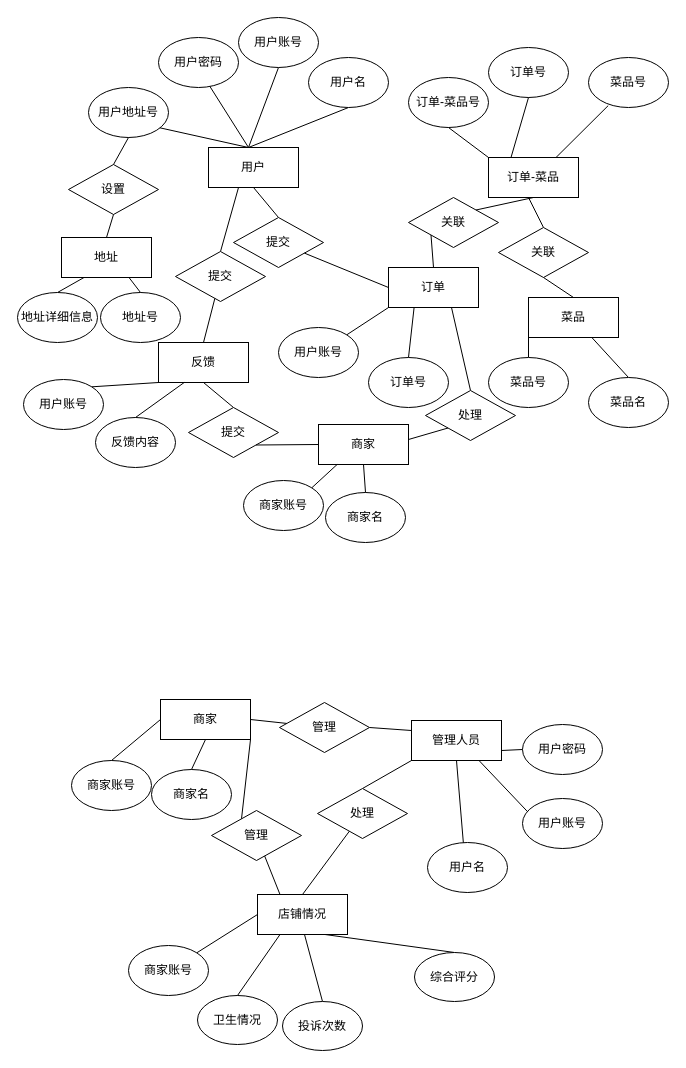
Hanghang-614/AESencryption keeps this draw.io diagram as Untitled Diagram.drawio. Above is the earlier version. Source tidied: cells renumbered, new cells numbered last; positions are measured from the earlier drawing's top-left corner, leaving out a move shared by most shapes. Both pictures are drawn from the tidied source at 100%, with x=0, y=0 at pixel (17, 17).
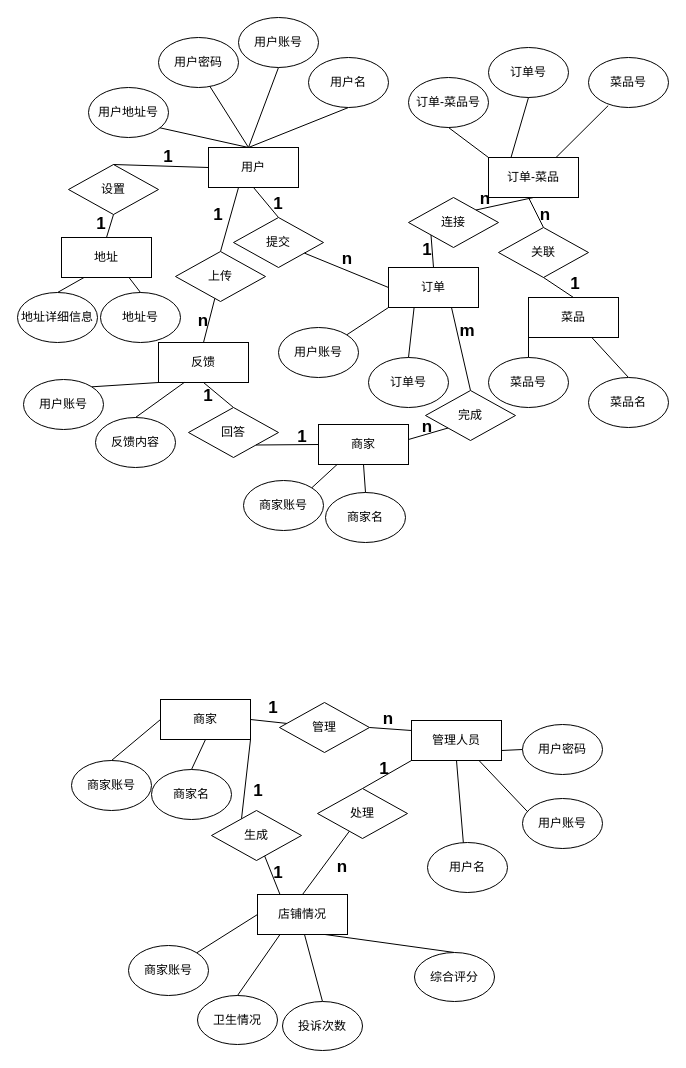
The same diagram, later.

Unchanged cells that the change refers to:
```xml
<mxCell id="2" value="用户" style="rounded=0;whiteSpace=wrap;html=1;" parent="1" vertex="1">
  <mxGeometry x="191" y="130" width="90" height="40" as="geometry" />
</mxCell>
<mxCell id="11" value="设置" style="rhombus;whiteSpace=wrap;html=1;" parent="1" vertex="1">
  <mxGeometry x="51" y="147" width="90" height="50" as="geometry" />
</mxCell>
```

Change to the diagram source:
```diff
@@
-    <mxCell id="12" style="endArrow=none;html=1;rounded=0;exitX=0.5;exitY=0;exitDx=0;exitDy=0;" parent="1" edge="1" source="11">
-      <mxGeometry relative="1" as="geometry">
-        <mxPoint x="111" y="120" as="targetPoint" />
-      </mxGeometry>
+    <mxCell id="12" style="endArrow=none;html=1;rounded=0;exitX=0.5;exitY=0;exitDx=0;exitDy=0;entryX=0;entryY=0.5;entryDx=0;entryDy=0;" parent="1" edge="1" source="11" target="2">
+      <mxGeometry relative="1" as="geometry" />
     </mxCell>
@@
-    <mxCell id="34" value="关联" style="rhombus;whiteSpace=wrap;html=1;" parent="1" vertex="1">
+    <mxCell id="34" value="连接" style="rhombus;whiteSpace=wrap;html=1;" parent="1" vertex="1">
       <mxGeometry x="391" y="180" width="90" height="50" as="geometry" />
     </mxCell>
@@
-    <mxCell id="48" value="提交" style="rhombus;whiteSpace=wrap;html=1;" parent="1" vertex="1">
+    <mxCell id="48" value="上传" style="rhombus;whiteSpace=wrap;html=1;" parent="1" vertex="1">
       <mxGeometry x="158" y="234" width="90" height="50" as="geometry" />
     </mxCell>
@@
-    <mxCell id="50" value="处理" style="rhombus;whiteSpace=wrap;html=1;" parent="1" vertex="1">
+    <mxCell id="50" value="完成" style="rhombus;whiteSpace=wrap;html=1;" parent="1" vertex="1">
       <mxGeometry x="408" y="373" width="90" height="50" as="geometry" />
     </mxCell>
@@
-    <mxCell id="58" value="提交" style="rhombus;whiteSpace=wrap;html=1;" parent="1" vertex="1">
+    <mxCell id="58" value="回答" style="rhombus;whiteSpace=wrap;html=1;" parent="1" vertex="1">
       <mxGeometry x="171" y="390" width="90" height="50" as="geometry" />
     </mxCell>
@@
-    <mxCell id="88" value="管理" style="rhombus;whiteSpace=wrap;html=1;" parent="1" vertex="1">
+    <mxCell id="88" value="生成" style="rhombus;whiteSpace=wrap;html=1;" parent="1" vertex="1">
       <mxGeometry x="194" y="793" width="90" height="50" as="geometry" />
     </mxCell>
@@
+    <mxCell id="94" value="&lt;b&gt;&lt;font style=&quot;font-size: 17px;&quot;&gt;1&lt;/font&gt;&lt;/b&gt;" style="text;html=1;strokeColor=none;fillColor=none;align=center;verticalAlign=middle;whiteSpace=wrap;rounded=0;" parent="1" vertex="1">
+      <mxGeometry x="171" y="183" width="60" height="30" as="geometry" />
+    </mxCell>
+    <mxCell id="95" value="&lt;b&gt;&lt;font style=&quot;font-size: 17px;&quot;&gt;n&lt;/font&gt;&lt;/b&gt;" style="text;html=1;strokeColor=none;fillColor=none;align=center;verticalAlign=middle;whiteSpace=wrap;rounded=0;" parent="1" vertex="1">
+      <mxGeometry x="156" y="284" width="60" height="40" as="geometry" />
+    </mxCell>
+    <mxCell id="96" value="&lt;b&gt;&lt;font style=&quot;font-size: 17px;&quot;&gt;1&lt;/font&gt;&lt;/b&gt;" style="text;html=1;strokeColor=none;fillColor=none;align=center;verticalAlign=middle;whiteSpace=wrap;rounded=0;" parent="1" vertex="1">
+      <mxGeometry x="121" y="125" width="60" height="30" as="geometry" />
+    </mxCell>
+    <mxCell id="97" value="&lt;b&gt;&lt;font style=&quot;font-size: 17px;&quot;&gt;1&lt;/font&gt;&lt;/b&gt;" style="text;html=1;strokeColor=none;fillColor=none;align=center;verticalAlign=middle;whiteSpace=wrap;rounded=0;" parent="1" vertex="1">
+      <mxGeometry x="54" y="189" width="60" height="36" as="geometry" />
+    </mxCell>
+    <mxCell id="98" value="&lt;b&gt;&lt;font style=&quot;font-size: 17px;&quot;&gt;1&lt;/font&gt;&lt;/b&gt;" style="text;html=1;strokeColor=none;fillColor=none;align=center;verticalAlign=middle;whiteSpace=wrap;rounded=0;" parent="1" vertex="1">
+      <mxGeometry x="255" y="400" width="60" height="40" as="geometry" />
+    </mxCell>
+    <mxCell id="99" value="&lt;b&gt;&lt;font style=&quot;font-size: 17px;&quot;&gt;1&lt;/font&gt;&lt;/b&gt;" style="text;html=1;strokeColor=none;fillColor=none;align=center;verticalAlign=middle;whiteSpace=wrap;rounded=0;" parent="1" vertex="1">
+      <mxGeometry x="161" y="362" width="60" height="33" as="geometry" />
+    </mxCell>
+    <mxCell id="100" value="&lt;span style=&quot;font-size: 17px;&quot;&gt;&lt;b&gt;n&lt;/b&gt;&lt;/span&gt;" style="text;html=1;strokeColor=none;fillColor=none;align=center;verticalAlign=middle;whiteSpace=wrap;rounded=0;" parent="1" vertex="1">
+      <mxGeometry x="380" y="390" width="60" height="40" as="geometry" />
+    </mxCell>
+    <mxCell id="101" value="&lt;b&gt;&lt;font style=&quot;font-size: 17px;&quot;&gt;m&lt;/font&gt;&lt;/b&gt;" style="text;html=1;strokeColor=none;fillColor=none;align=center;verticalAlign=middle;whiteSpace=wrap;rounded=0;" parent="1" vertex="1">
+      <mxGeometry x="420" y="294" width="60" height="40" as="geometry" />
+    </mxCell>
+    <mxCell id="102" value="&lt;b&gt;&lt;font style=&quot;font-size: 17px;&quot;&gt;1&lt;/font&gt;&lt;/b&gt;" style="text;html=1;strokeColor=none;fillColor=none;align=center;verticalAlign=middle;whiteSpace=wrap;rounded=0;" parent="1" vertex="1">
+      <mxGeometry x="380" y="213" width="60" height="40" as="geometry" />
+    </mxCell>
+    <mxCell id="103" value="&lt;span style=&quot;font-size: 17px;&quot;&gt;&lt;b&gt;n&lt;/b&gt;&lt;/span&gt;" style="text;html=1;strokeColor=none;fillColor=none;align=center;verticalAlign=middle;whiteSpace=wrap;rounded=0;" parent="1" vertex="1">
+      <mxGeometry x="438" y="162" width="60" height="40" as="geometry" />
+    </mxCell>
+    <mxCell id="104" value="&lt;span style=&quot;font-size: 17px;&quot;&gt;&lt;b&gt;n&lt;/b&gt;&lt;/span&gt;" style="text;html=1;strokeColor=none;fillColor=none;align=center;verticalAlign=middle;whiteSpace=wrap;rounded=0;" parent="1" vertex="1">
+      <mxGeometry x="498" y="178" width="60" height="40" as="geometry" />
+    </mxCell>
+    <mxCell id="105" value="&lt;b&gt;&lt;font style=&quot;font-size: 17px;&quot;&gt;1&lt;/font&gt;&lt;/b&gt;" style="text;html=1;strokeColor=none;fillColor=none;align=center;verticalAlign=middle;whiteSpace=wrap;rounded=0;" parent="1" vertex="1">
+      <mxGeometry x="528" y="247" width="60" height="40" as="geometry" />
+    </mxCell>
+    <mxCell id="106" value="&lt;b&gt;&lt;font style=&quot;font-size: 17px;&quot;&gt;1&lt;/font&gt;&lt;/b&gt;" style="text;html=1;strokeColor=none;fillColor=none;align=center;verticalAlign=middle;whiteSpace=wrap;rounded=0;" parent="1" vertex="1">
+      <mxGeometry x="231" y="172" width="60" height="30" as="geometry" />
+    </mxCell>
+    <mxCell id="107" value="&lt;span style=&quot;font-size: 17px;&quot;&gt;&lt;b&gt;n&lt;/b&gt;&lt;/span&gt;" style="text;html=1;strokeColor=none;fillColor=none;align=center;verticalAlign=middle;whiteSpace=wrap;rounded=0;" parent="1" vertex="1">
+      <mxGeometry x="300" y="222" width="60" height="40" as="geometry" />
+    </mxCell>
+    <mxCell id="108" value="&lt;b&gt;&lt;font style=&quot;font-size: 17px;&quot;&gt;1&lt;/font&gt;&lt;/b&gt;" style="text;html=1;strokeColor=none;fillColor=none;align=center;verticalAlign=middle;whiteSpace=wrap;rounded=0;" parent="1" vertex="1">
+      <mxGeometry x="226" y="674" width="60" height="33" as="geometry" />
+    </mxCell>
+    <mxCell id="109" value="&lt;b&gt;&lt;font style=&quot;font-size: 17px;&quot;&gt;n&lt;/font&gt;&lt;/b&gt;" style="text;html=1;strokeColor=none;fillColor=none;align=center;verticalAlign=middle;whiteSpace=wrap;rounded=0;" parent="1" vertex="1">
+      <mxGeometry x="341" y="685.5" width="60" height="33" as="geometry" />
+    </mxCell>
+    <mxCell id="110" value="&lt;b&gt;&lt;font style=&quot;font-size: 17px;&quot;&gt;1&lt;/font&gt;&lt;/b&gt;" style="text;html=1;strokeColor=none;fillColor=none;align=center;verticalAlign=middle;whiteSpace=wrap;rounded=0;" parent="1" vertex="1">
+      <mxGeometry x="211" y="757" width="60" height="33" as="geometry" />
+    </mxCell>
+    <mxCell id="111" value="&lt;b&gt;&lt;font style=&quot;font-size: 17px;&quot;&gt;1&lt;/font&gt;&lt;/b&gt;" style="text;html=1;strokeColor=none;fillColor=none;align=center;verticalAlign=middle;whiteSpace=wrap;rounded=0;" parent="1" vertex="1">
+      <mxGeometry x="231" y="839" width="60" height="33" as="geometry" />
+    </mxCell>
+    <mxCell id="112" value="&lt;b&gt;&lt;font style=&quot;font-size: 17px;&quot;&gt;1&lt;/font&gt;&lt;/b&gt;" style="text;html=1;strokeColor=none;fillColor=none;align=center;verticalAlign=middle;whiteSpace=wrap;rounded=0;" parent="1" vertex="1">
+      <mxGeometry x="337" y="735" width="60" height="33" as="geometry" />
+    </mxCell>
+    <mxCell id="113" value="&lt;b&gt;&lt;font style=&quot;font-size: 17px;&quot;&gt;n&lt;/font&gt;&lt;/b&gt;" style="text;html=1;strokeColor=none;fillColor=none;align=center;verticalAlign=middle;whiteSpace=wrap;rounded=0;" parent="1" vertex="1">
+      <mxGeometry x="295" y="833.5" width="60" height="33" as="geometry" />
+    </mxCell>
```
